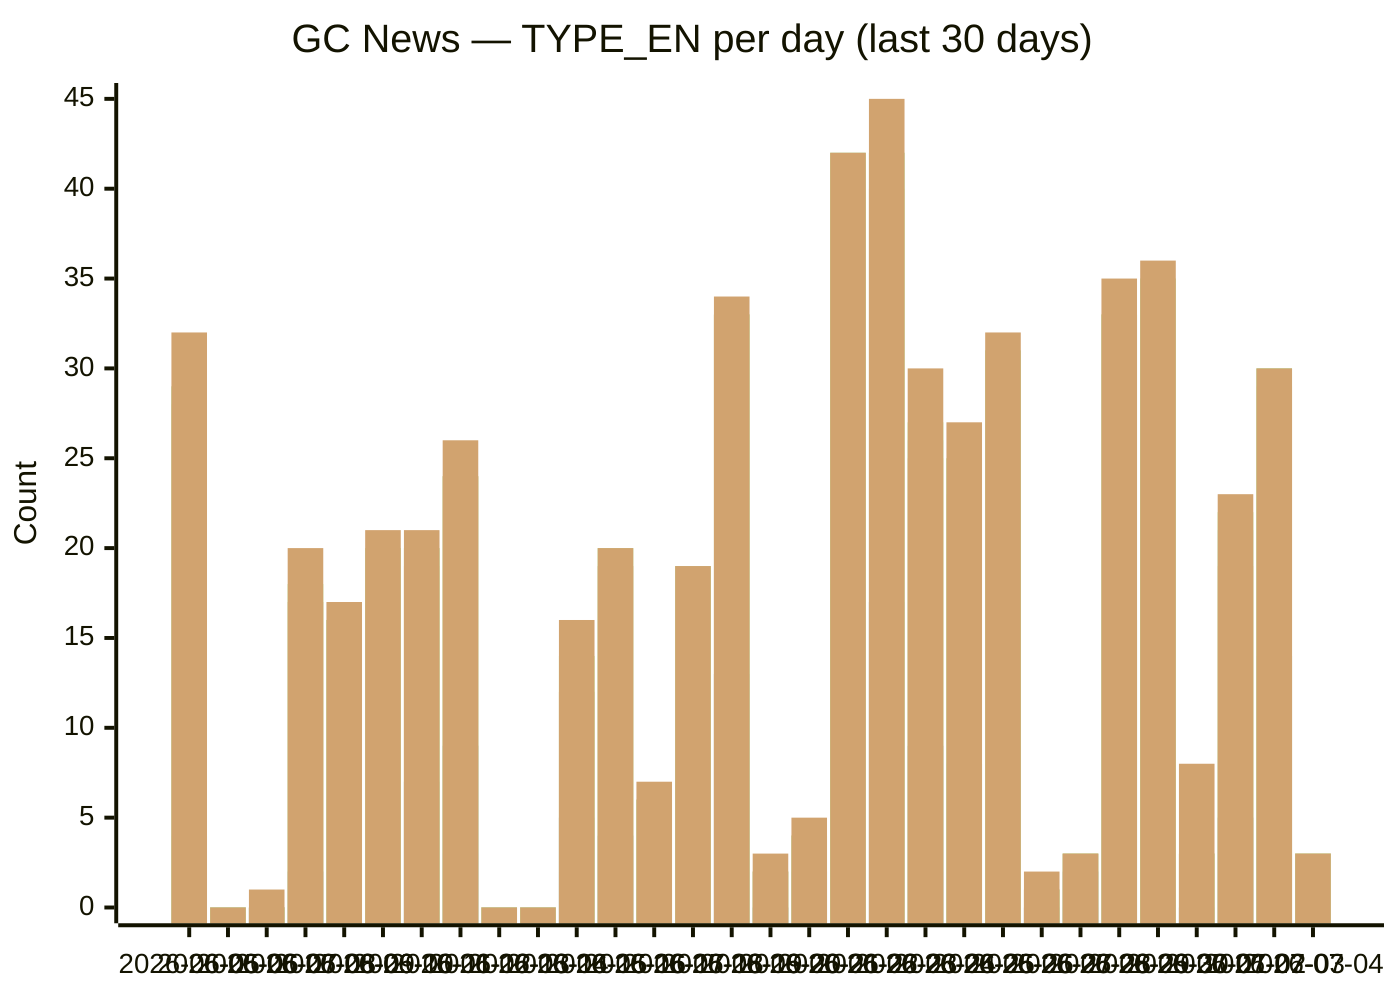
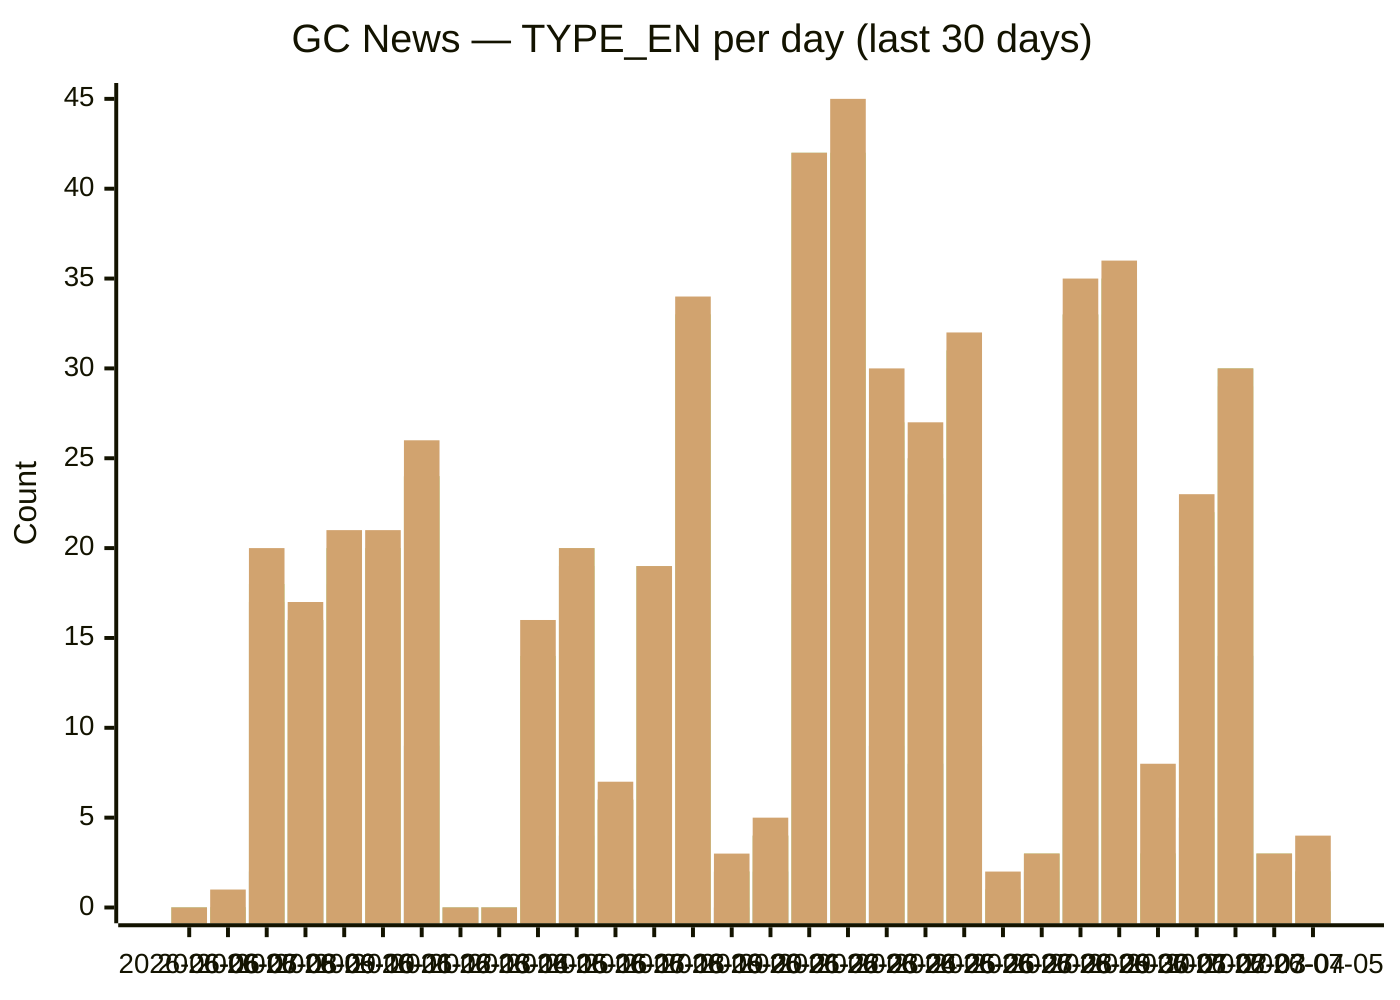
xychart-beta
  title "GC News — TYPE_EN per day (last 30 days)"
-   x-axis [2026-06-05, 2026-06-06, 2026-06-07, 2026-06-08, 2026-06-09, 2026-06-10, 2026-06-11, 2026-06-12, 2026-06-13, 2026-06-14, 2026-06-15, 2026-06-16, 2026-06-17, 2026-06-18, 2026-06-19, 2026-06-20, 2026-06-21, 2026-06-22, 2026-06-23, 2026-06-24, 2026-06-25, 2026-06-26, 2026-06-27, 2026-06-28, 2026-06-29, 2026-06-30, 2026-07-01, 2026-07-02, 2026-07-03, 2026-07-04]
+   x-axis [2026-06-06, 2026-06-07, 2026-06-08, 2026-06-09, 2026-06-10, 2026-06-11, 2026-06-12, 2026-06-13, 2026-06-14, 2026-06-15, 2026-06-16, 2026-06-17, 2026-06-18, 2026-06-19, 2026-06-20, 2026-06-21, 2026-06-22, 2026-06-23, 2026-06-24, 2026-06-25, 2026-06-26, 2026-06-27, 2026-06-28, 2026-06-29, 2026-06-30, 2026-07-01, 2026-07-02, 2026-07-03, 2026-07-04, 2026-07-05]
  y-axis "Count" 0 --> 45
-   bar backgrounders [0, 0, 0, 0, 3, 2, 0, 3, 0, 0, 2, 3, 1, 2, 2, 0, 0, 3, 6, 2, 2, 3, 0, 0, 4, 3, 0, 1, 3, 1]
-   bar "media advisories" [4, 0, 0, 2, 6, 9, 7, 9, 0, 0, 5, 4, 1, 8, 13, 0, 2, 18, 17, 9, 8, 9, 0, 2, 16, 11, 0, 5, 14, 1]
-   bar "news releases" [28, 0, 0, 17, 16, 18, 19, 24, 0, 0, 12, 19, 6, 19, 33, 2, 4, 40, 40, 25, 23, 30, 1, 3, 33, 33, 3, 19, 29, 3]
-   bar readouts [29, 0, 0, 17, 16, 20, 20, 24, 0, 0, 12, 19, 6, 19, 33, 2, 4, 42, 42, 26, 25, 31, 1, 3, 33, 35, 3, 21, 30, 3]
-   bar speeches [29, 0, 0, 18, 16, 20, 20, 24, 0, 0, 14, 20, 6, 19, 33, 2, 4, 42, 42, 27, 25, 31, 1, 3, 33, 35, 3, 22, 30, 3]
-   bar statements [32, 0, 1, 20, 17, 21, 21, 26, 0, 0, 16, 20, 7, 19, 34, 3, 5, 42, 45, 30, 27, 32, 2, 3, 35, 36, 8, 23, 30, 3]
+   bar backgrounders [0, 0, 0, 3, 2, 0, 3, 0, 0, 2, 3, 1, 2, 2, 0, 0, 3, 6, 2, 2, 3, 0, 0, 4, 3, 0, 1, 3, 1, 0]
+   bar "media advisories" [0, 0, 2, 6, 9, 7, 9, 0, 0, 5, 4, 1, 8, 13, 0, 2, 18, 17, 9, 8, 9, 0, 2, 16, 11, 0, 5, 14, 1, 1]
+   bar "news releases" [0, 0, 17, 16, 18, 19, 24, 0, 0, 12, 19, 6, 19, 33, 2, 4, 40, 40, 25, 23, 30, 1, 3, 33, 33, 3, 19, 29, 3, 2]
+   bar readouts [0, 0, 17, 16, 20, 20, 24, 0, 0, 12, 19, 6, 19, 33, 2, 4, 42, 42, 26, 25, 31, 1, 3, 33, 35, 3, 21, 30, 3, 2]
+   bar speeches [0, 0, 18, 16, 20, 20, 24, 0, 0, 14, 20, 6, 19, 33, 2, 4, 42, 42, 27, 25, 31, 1, 3, 33, 35, 3, 22, 30, 3, 2]
+   bar statements [0, 1, 20, 17, 21, 21, 26, 0, 0, 16, 20, 7, 19, 34, 3, 5, 42, 45, 30, 27, 32, 2, 3, 35, 36, 8, 23, 30, 3, 4]
